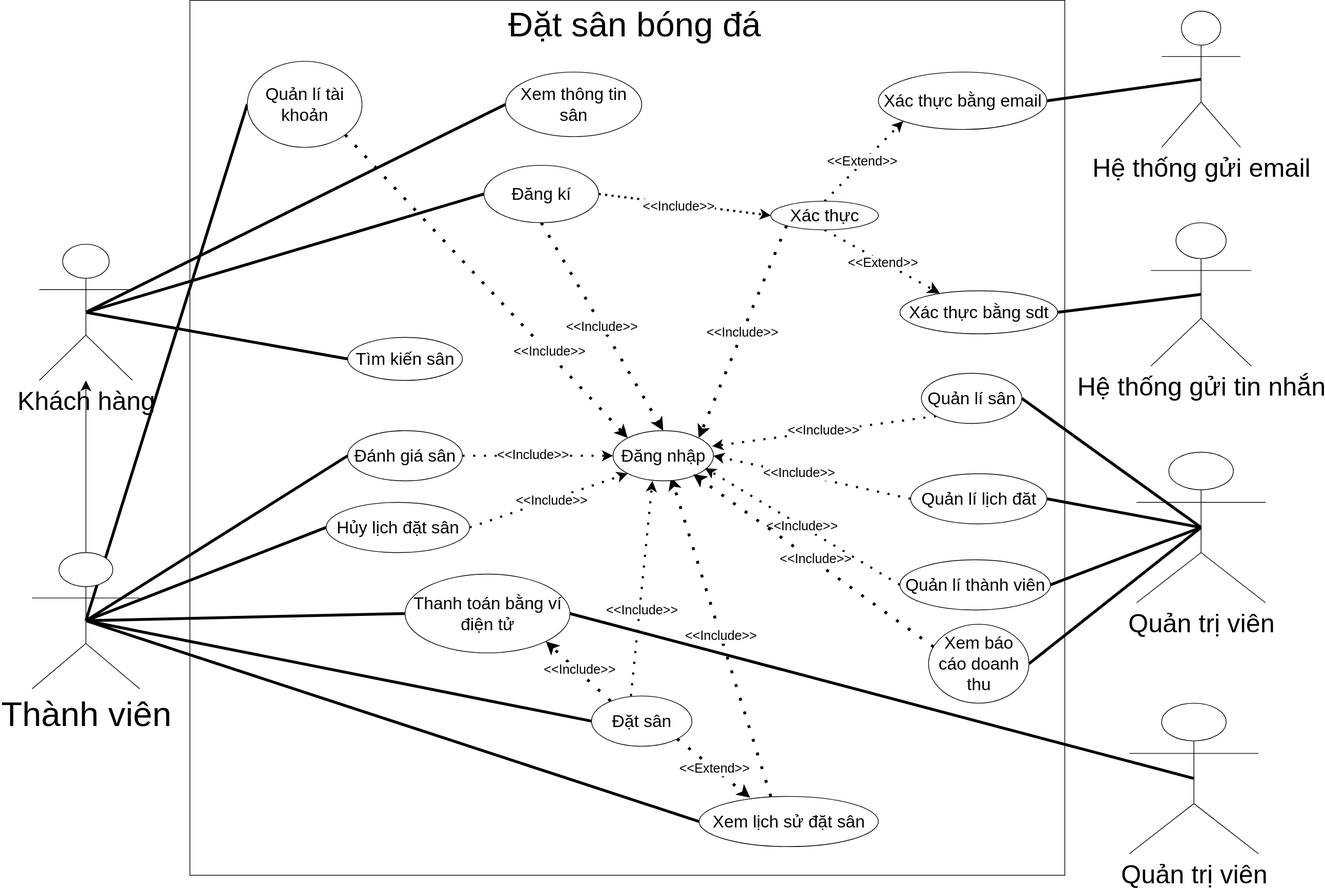
imfakebot/DACSII-BE keeps this draw.io diagram as docs/Use-case-diagram.drawio.svg. Above is the earlier version. Source tidied: cells renumbered, new cells last; positions are measured from the earlier drawing's top-left corner, leaving out a move shared by most shapes.
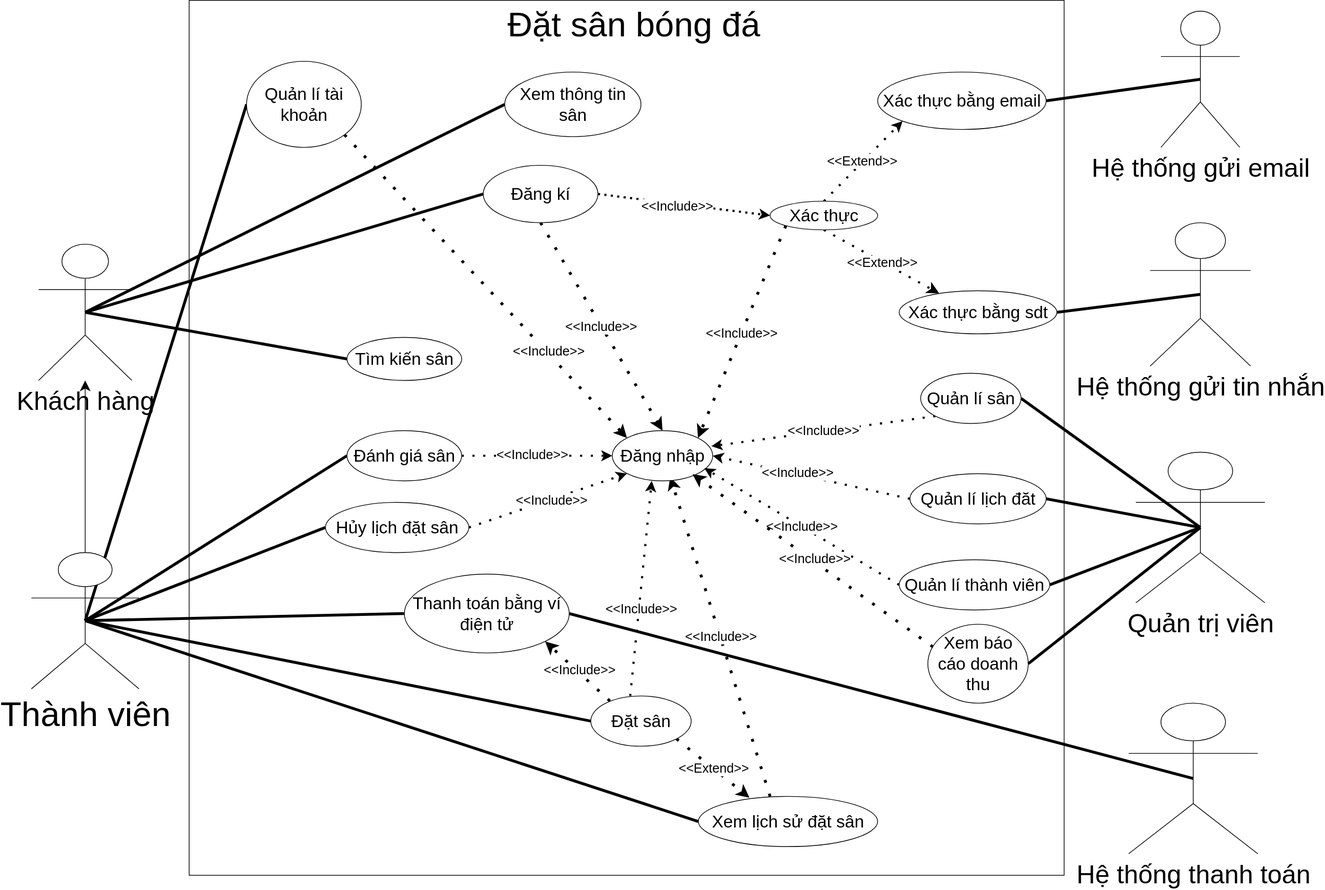
Above is the later version.

Change to the diagram source:
```diff
@@ -235,7 +235,7 @@
     <mxCell id="74" style="rounded=0;jettySize=auto;html=1;exitX=0.5;exitY=0.5;exitDx=0;exitDy=0;exitPerimeter=0;entryX=1;entryY=0.5;entryDx=0;entryDy=0;strokeWidth=4;endArrow=none;endFill=0;" parent="1" edge="1" source="75" target="41">
       <mxGeometry relative="1" as="geometry" />
     </mxCell>
-    <mxCell id="75" value="&lt;font style=&quot;font-size: 36px;&quot;&gt;Quản trị viên&lt;/font&gt;" style="shape=umlActor;verticalLabelPosition=bottom;verticalAlign=top;html=1;" parent="1" vertex="1">
+    <mxCell id="75" value="&lt;font style=&quot;font-size: 36px;&quot;&gt;Hệ thống thanh toán&lt;/font&gt;" style="shape=umlActor;verticalLabelPosition=bottom;verticalAlign=top;html=1;" parent="1" vertex="1">
       <mxGeometry x="1530" y="980" width="180" height="210" as="geometry" />
     </mxCell>
   </root>
```
